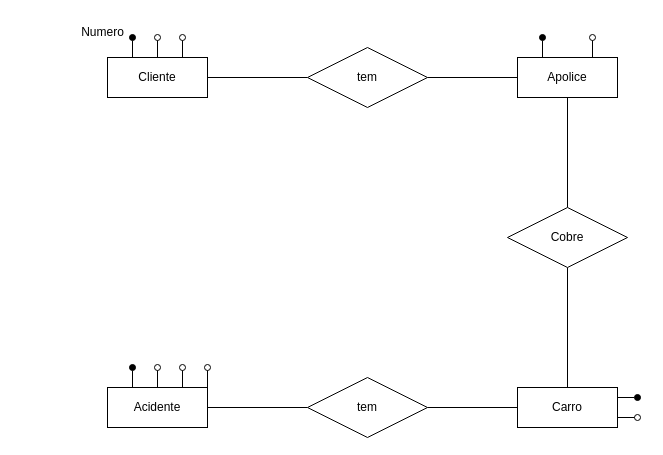
This is page "E1-seguradora-CONCEITUAL" (1 of 3) of guardar/materiais/4-bancodedados/Exercicios/Lista1.drawio from cunhanai/entra21-java, a draw.io file, before an edit. Source tidied: cells renumbered, new cells numbered last; positions are measured from the earlier drawing's top-left corner, leaving out a move shared by most shapes. Both pictures are drawn from the tidied source at 100%, with x=0, y=0 at pixel (67, 17).
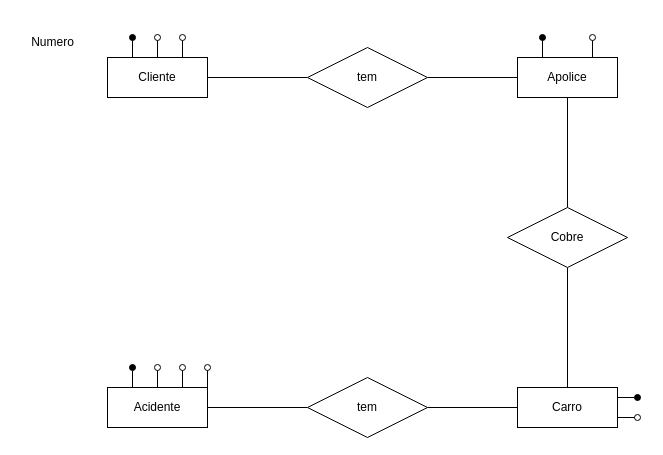
After the change.

The change refers to these unchanged cells:
```xml
<mxCell id="6" value="Cliente" style="whiteSpace=wrap;html=1;align=center;" parent="1" vertex="1">
  <mxGeometry x="40" y="40" width="100" height="40" as="geometry" />
</mxCell>
```

Change to the diagram source:
```diff
@@
-    <mxCell id="3" style="edgeStyle=none;rounded=1;sketch=0;jumpStyle=line;jumpSize=6;jettySize=auto;html=1;exitX=0.25;exitY=0;exitDx=0;exitDy=0;shadow=0;startArrow=none;startFill=0;endArrow=oval;endFill=1;startSize=20;endSize=6;targetPerimeterSpacing=0;strokeColor=default;strokeWidth=1;elbow=vertical;" parent="1" edge="1" source="6">
+    <mxCell id="3" style="edgeStyle=none;rounded=0;sketch=0;jumpStyle=line;jumpSize=6;jettySize=auto;html=1;exitX=0.25;exitY=0;exitDx=0;exitDy=0;shadow=0;startArrow=none;startFill=1;endArrow=oval;endFill=1;startSize=20;endSize=6;targetPerimeterSpacing=0;strokeColor=default;strokeWidth=1;elbow=vertical;" parent="1" edge="1" source="6">
       <mxGeometry relative="1" as="geometry">
         <mxPoint x="65" y="20" as="targetPoint" />
       </mxGeometry>
     </mxCell>
@@
     <mxCell id="26" value="Numero" style="text;html=1;align=center;verticalAlign=middle;strokeColor=none;fillColor=none;" parent="1" vertex="1">
-      <mxGeometry width="70" height="30" as="geometry" />
+      <mxGeometry x="-50" y="10" width="70" height="30" as="geometry" />
     </mxCell>
```
